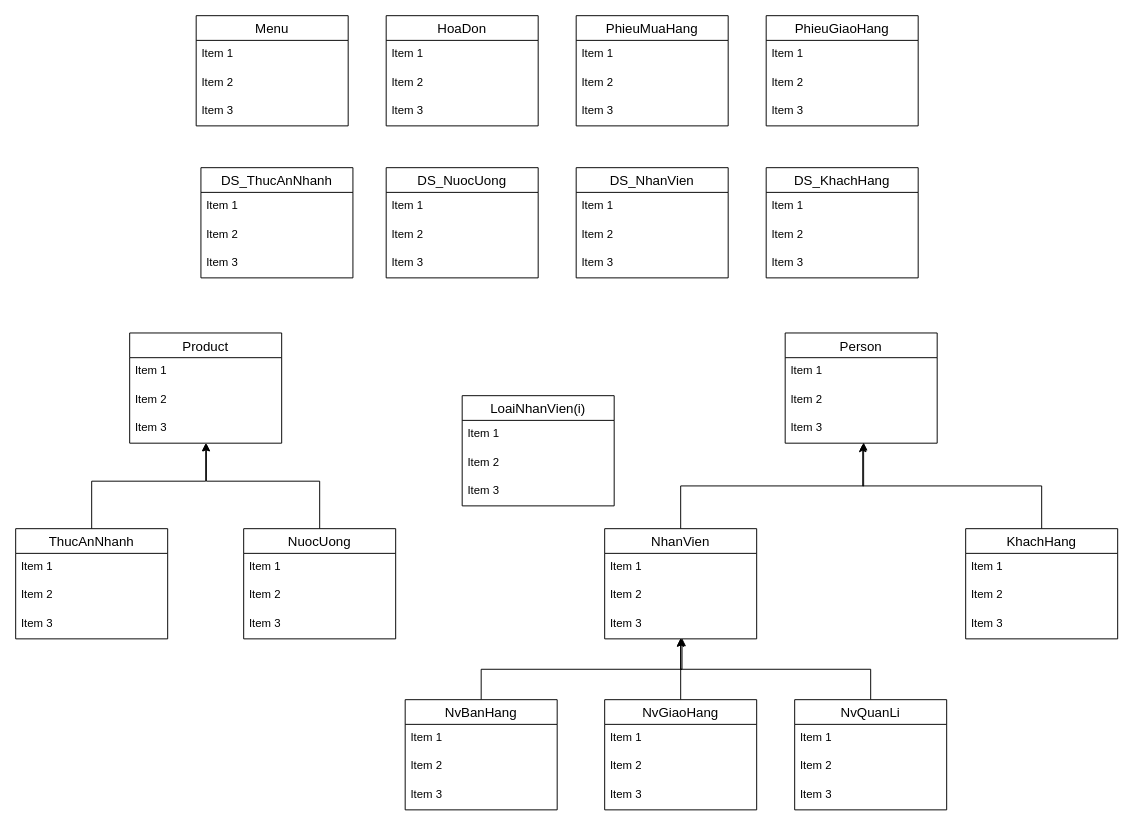
Above: ConstructorDiagram.drawio in EdgarIgnite16/Fast-food-store-Manager-OOP (draw.io), before the change. Source tidied: cells renumbered, new cells numbered last; positions are measured from the earlier drawing's top-left corner, leaving out a move shared by most shapes. Both pictures are drawn from the tidied source at 95%, with x=0, y=0 at pixel (15, 15).
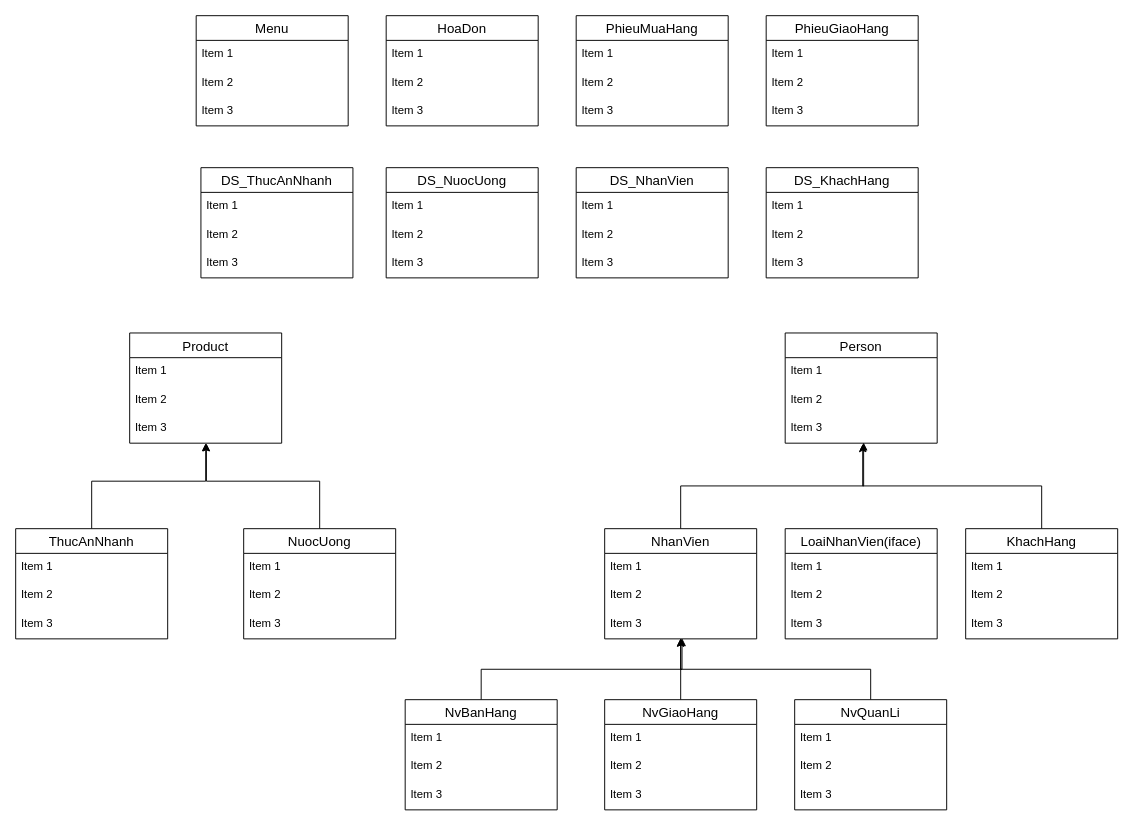
The same page after the edit.

Change to the diagram source:
```diff
@@
-    <mxCell id="77" value="LoaiNhanVien(i)" style="swimlane;fontStyle=0;horizontal=1;startSize=26;align=center;fontSize=14;" parent="1" vertex="1">
-      <mxGeometry x="470" y="400" width="160" height="116" as="geometry" />
+    <mxCell id="77" value="LoaiNhanVien(iface)" style="swimlane;fontStyle=0;horizontal=1;startSize=26;align=center;fontSize=14;" parent="1" vertex="1">
+      <mxGeometry x="810" y="540" width="160" height="116" as="geometry" />
     </mxCell>
```
